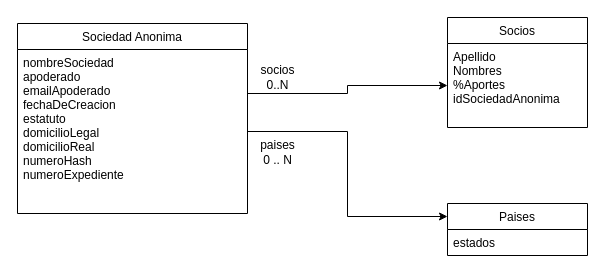
This is dbDiagram.drawio from maruPortal/DSSD, a draw.io file, before an edit. Source tidied: cells renumbered, new cells numbered last; positions are measured from the earlier drawing's top-left corner, leaving out a move shared by most shapes. Both pictures are drawn from the tidied source at 100%, with x=0, y=0 at pixel (17, 17).
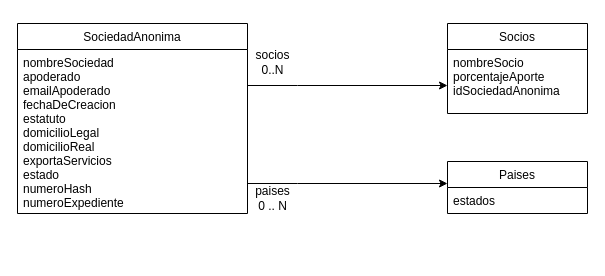
The same page after the edit.

Change to the diagram source:
```diff
@@
 <mxGraphModel>
   <root>
     <mxCell id="0" />
     <mxCell id="1" parent="0" />
-    <mxCell id="2" value="Sociedad Anonima" style="swimlane;fontStyle=0;horizontal=1;startSize=26;fillColor=none;" parent="1" vertex="1">
+    <mxCell id="2" value="SociedadAnonima" style="swimlane;fontStyle=0;horizontal=1;startSize=26;fillColor=none;" parent="1" vertex="1">
       <mxGeometry y="6" width="230" height="190" as="geometry" />
     </mxCell>
-    <mxCell id="3" value="nombreSociedad&#10;apoderado&#10;emailApoderado&#10;fechaDeCreacion&#10;estatuto&#10;domicilioLegal&#10;domicilioReal&#10;numeroHash&#10;numeroExpediente&#10;&#10;" style="text;strokeColor=none;fillColor=none;align=left;verticalAlign=top;spacingLeft=4;spacingRight=4;overflow=hidden;points=[[0,0.5],[1,0.5]];portConstraint=eastwest;fontColor=#000000;" parent="2" vertex="1">
+    <mxCell id="3" value="nombreSociedad&#10;apoderado&#10;emailApoderado&#10;fechaDeCreacion&#10;estatuto&#10;domicilioLegal&#10;domicilioReal&#10;exportaServicios&#10;estado&#10;numeroHash&#10;numeroExpediente&#10;&#10;" style="text;strokeColor=none;fillColor=none;align=left;verticalAlign=top;spacingLeft=4;spacingRight=4;overflow=hidden;points=[[0,0.5],[1,0.5]];portConstraint=eastwest;fontColor=#000000;" parent="2" vertex="1">
       <mxGeometry y="26" width="230" height="164" as="geometry" />
     </mxCell>
     <mxCell id="4" value="Socios" style="swimlane;fontStyle=0;horizontal=1;startSize=26;fillColor=none;" parent="1" vertex="1">
-      <mxGeometry x="430" width="140" height="110" as="geometry" />
+      <mxGeometry x="430" y="6" width="140" height="90" as="geometry" />
     </mxCell>
-    <mxCell id="5" value="Apellido&#10;Nombres&#10;%Aportes&#10;idSociedadAnonima&#10;&#10;" style="text;strokeColor=none;fillColor=none;align=left;verticalAlign=top;spacingLeft=4;spacingRight=4;overflow=hidden;points=[[0,0.5],[1,0.5]];portConstraint=eastwest;" parent="4" vertex="1">
-      <mxGeometry y="26" width="140" height="84" as="geometry" />
+    <mxCell id="5" value="nombreSocio&#10;porcentajeAporte&#10;idSociedadAnonima&#10;&#10;" style="text;strokeColor=none;fillColor=none;align=left;verticalAlign=top;spacingLeft=4;spacingRight=4;overflow=hidden;points=[[0,0.5],[1,0.5]];portConstraint=eastwest;" parent="4" vertex="1">
+      <mxGeometry y="26" width="140" height="64" as="geometry" />
     </mxCell>
     <mxCell id="6" style="edgeStyle=orthogonalEdgeStyle;rounded=0;jettySize=auto;html=1;" parent="1" edge="1" source="3" target="5">
       <mxGeometry relative="1" as="geometry">
         <Array as="points">
-          <mxPoint x="330" y="76" />
-          <mxPoint x="330" y="68" />
+          <mxPoint x="280" y="68" />
+          <mxPoint x="280" y="68" />
         </Array>
       </mxGeometry>
     </mxCell>
     <mxCell id="7" value="&lt;div&gt;socios&lt;/div&gt;&lt;div&gt;0&lt;span&gt;..N&lt;/span&gt;&lt;/div&gt;" style="text;html=1;align=center;verticalAlign=middle;strokeColor=none;fillColor=none;" parent="1" vertex="1">
-      <mxGeometry x="235" y="45" width="50" height="30" as="geometry" />
+      <mxGeometry x="230" y="30" width="50" height="30" as="geometry" />
     </mxCell>
     <mxCell id="8" value="Paises" style="swimlane;fontStyle=0;horizontal=1;startSize=26;fillColor=none;" parent="1" vertex="1">
-      <mxGeometry x="430" y="186" width="140" height="52" as="geometry" />
+      <mxGeometry x="430" y="144" width="140" height="52" as="geometry" />
     </mxCell>
     <mxCell id="9" value="estados" style="text;strokeColor=none;fillColor=none;align=left;verticalAlign=top;spacingLeft=4;spacingRight=4;overflow=hidden;" parent="8" vertex="1">
       <mxGeometry y="26" width="140" height="26" as="geometry" />
     </mxCell>
-    <mxCell id="10" style="edgeStyle=orthogonalEdgeStyle;rounded=0;jettySize=auto;html=1;entryX=0;entryY=0.25;entryDx=0;entryDy=0;" parent="1" edge="1" source="3" target="8">
-      <mxGeometry relative="1" as="geometry" />
-    </mxCell>
     <mxCell id="11" value="paises&lt;br&gt;0 .. N" style="text;html=1;align=center;verticalAlign=middle;strokeColor=none;fillColor=none;" parent="1" vertex="1">
-      <mxGeometry x="235" y="120" width="50" height="30" as="geometry" />
+      <mxGeometry x="230" y="166" width="50" height="30" as="geometry" />
     </mxCell>
+    <mxCell id="12" style="edgeStyle=orthogonalEdgeStyle;rounded=0;orthogonalLoop=1;jettySize=auto;html=1;" parent="1" edge="1">
+      <mxGeometry relative="1" as="geometry">
+        <mxPoint x="230" y="166" as="sourcePoint" />
+        <mxPoint x="430" y="166" as="targetPoint" />
+        <Array as="points">
+          <mxPoint x="280" y="166" />
+          <mxPoint x="280" y="166" />
+        </Array>
+      </mxGeometry>
+    </mxCell>
   </root>
 </mxGraphModel>
```
